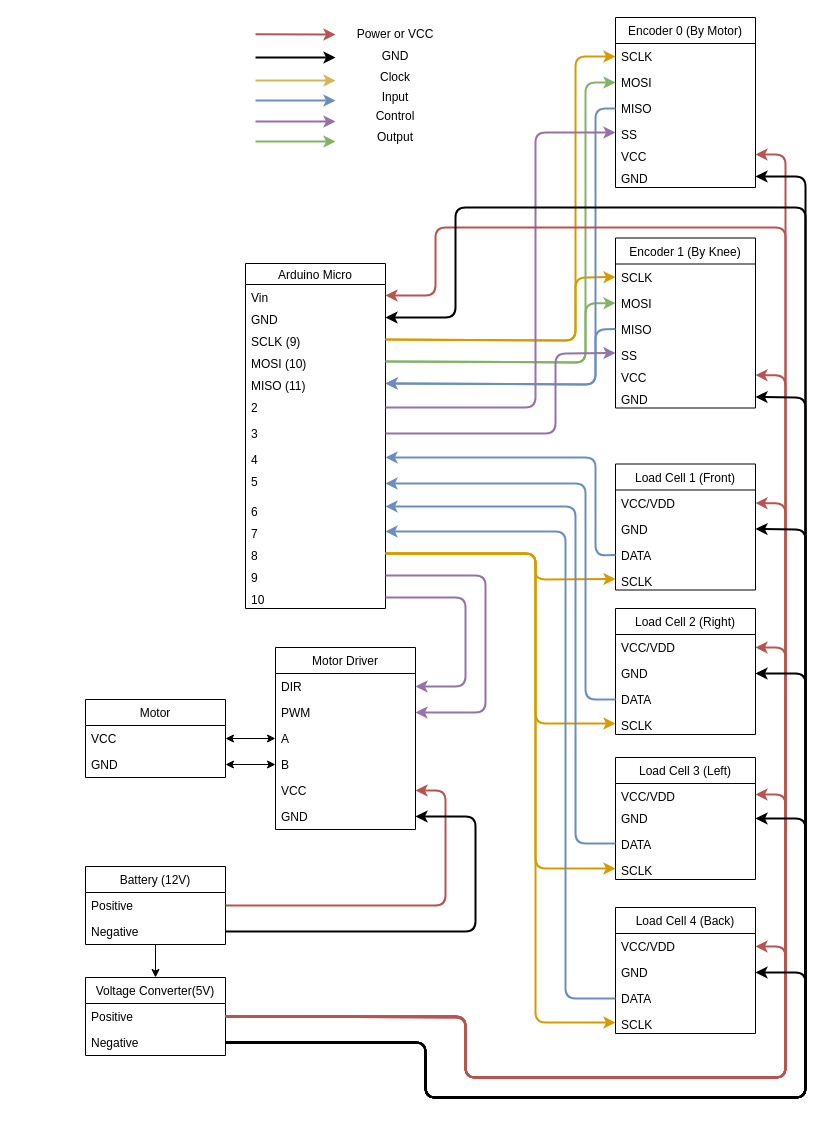
Above: Hardware/Design Schematics/Preliminary Design.drawio in PackBionics/cybathlon-archive (draw.io), before the change. Source tidied: cells renumbered, new cells numbered last; positions are measured from the earlier drawing's top-left corner, leaving out a move shared by most shapes. Both pictures are drawn from the tidied source at 100%, with x=0, y=0 at pixel (85, 17).
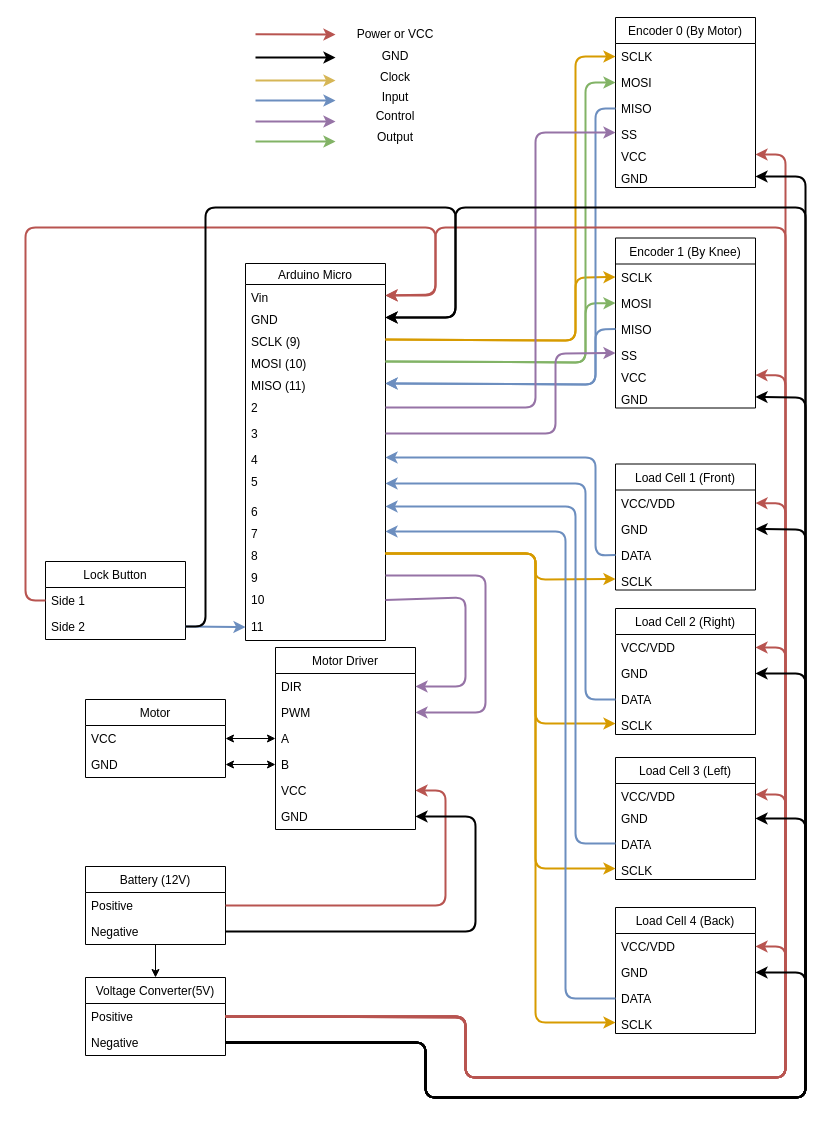
The same page after the edit.

Commit message (it also covers changes not shown here):
updated design schematic with added button

Unchanged cells that the change refers to:
```xml
<mxCell id="3" value="Vin" style="text;strokeColor=none;fillColor=none;align=left;verticalAlign=top;spacingLeft=4;spacingRight=4;overflow=hidden;points=[[0,0.5],[1,0.5]];portConstraint=eastwest;" parent="2" vertex="1">
  <mxGeometry y="21" width="140" height="22" as="geometry" />
</mxCell>
<mxCell id="4" value="GND" style="text;strokeColor=none;fillColor=none;align=left;verticalAlign=top;spacingLeft=4;spacingRight=4;overflow=hidden;points=[[0,0.5],[1,0.5]];portConstraint=eastwest;" parent="2" vertex="1">
  <mxGeometry y="43" width="140" height="22" as="geometry" />
</mxCell>
```

Diff of the diagram source:
```diff
@@
     <mxCell id="2" value="Arduino Micro" style="swimlane;fontStyle=0;horizontal=1;startSize=21;fillColor=none;" parent="1" vertex="1">
-      <mxGeometry x="160" y="246" width="140" height="345" as="geometry" />
+      <mxGeometry x="160" y="246" width="140" height="377" as="geometry" />
     </mxCell>
@@
     <mxCell id="16" value="10" style="text;strokeColor=none;fillColor=none;align=left;verticalAlign=top;spacingLeft=4;spacingRight=4;overflow=hidden;points=[[0,0.5],[1,0.5]];portConstraint=eastwest;" parent="2" vertex="1">
-      <mxGeometry y="323" width="140" height="22" as="geometry" />
+      <mxGeometry y="323" width="140" height="27" as="geometry" />
     </mxCell>
+    <mxCell id="116" value="11&#10;" style="text;strokeColor=none;fillColor=none;align=left;verticalAlign=top;spacingLeft=4;spacingRight=4;overflow=hidden;points=[[0,0.5],[1,0.5]];portConstraint=eastwest;" parent="2" vertex="1">
+      <mxGeometry y="350" width="140" height="27" as="geometry" />
+    </mxCell>
@@
+    <mxCell id="117" value="Lock Button" style="swimlane;fontStyle=0;horizontal=1;startSize=26;fillColor=none;" parent="1" vertex="1">
+      <mxGeometry x="-40" y="544" width="140" height="78" as="geometry" />
+    </mxCell>
+    <mxCell id="118" value="Side 1" style="text;strokeColor=none;fillColor=none;align=left;verticalAlign=top;spacingLeft=4;spacingRight=4;overflow=hidden;points=[[0,0.5],[1,0.5]];portConstraint=eastwest;" parent="117" vertex="1">
+      <mxGeometry y="26" width="140" height="26" as="geometry" />
+    </mxCell>
+    <mxCell id="119" value="Side 2" style="text;strokeColor=none;fillColor=none;align=left;verticalAlign=top;spacingLeft=4;spacingRight=4;overflow=hidden;points=[[0,0.5],[1,0.5]];portConstraint=eastwest;" parent="117" vertex="1">
+      <mxGeometry y="52" width="140" height="26" as="geometry" />
+    </mxCell>
+    <mxCell id="120" style="endArrow=classic;html=1;exitX=0;exitY=0.5;exitDx=0;exitDy=0;entryX=1;entryY=0.5;entryDx=0;entryDy=0;fillColor=#f8cecc;strokeColor=#b85450;strokeWidth=2;" parent="1" edge="1" source="118" target="3">
+      <mxGeometry relative="1" as="geometry">
+        <Array as="points">
+          <mxPoint x="-60" y="583" />
+          <mxPoint x="-60" y="210" />
+          <mxPoint x="350" y="210" />
+          <mxPoint x="350" y="277" />
+        </Array>
+      </mxGeometry>
+    </mxCell>
+    <mxCell id="121" style="endArrow=classic;startArrow=none;html=1;strokeWidth=2;exitX=1;exitY=0.5;exitDx=0;exitDy=0;entryX=0;entryY=0.5;entryDx=0;entryDy=0;fillColor=#dae8fc;strokeColor=#6c8ebf;startFill=0;" parent="1" edge="1" source="119" target="116">
+      <mxGeometry relative="1" as="geometry" />
+    </mxCell>
+    <mxCell id="122" style="endArrow=classic;html=1;strokeWidth=2;exitX=1;exitY=0.5;exitDx=0;exitDy=0;entryX=1;entryY=0.5;entryDx=0;entryDy=0;" parent="1" edge="1" source="119" target="4">
+      <mxGeometry relative="1" as="geometry">
+        <Array as="points">
+          <mxPoint x="120" y="609" />
+          <mxPoint x="120" y="190" />
+          <mxPoint x="370" y="190" />
+          <mxPoint x="370" y="300" />
+        </Array>
+      </mxGeometry>
+    </mxCell>
```
